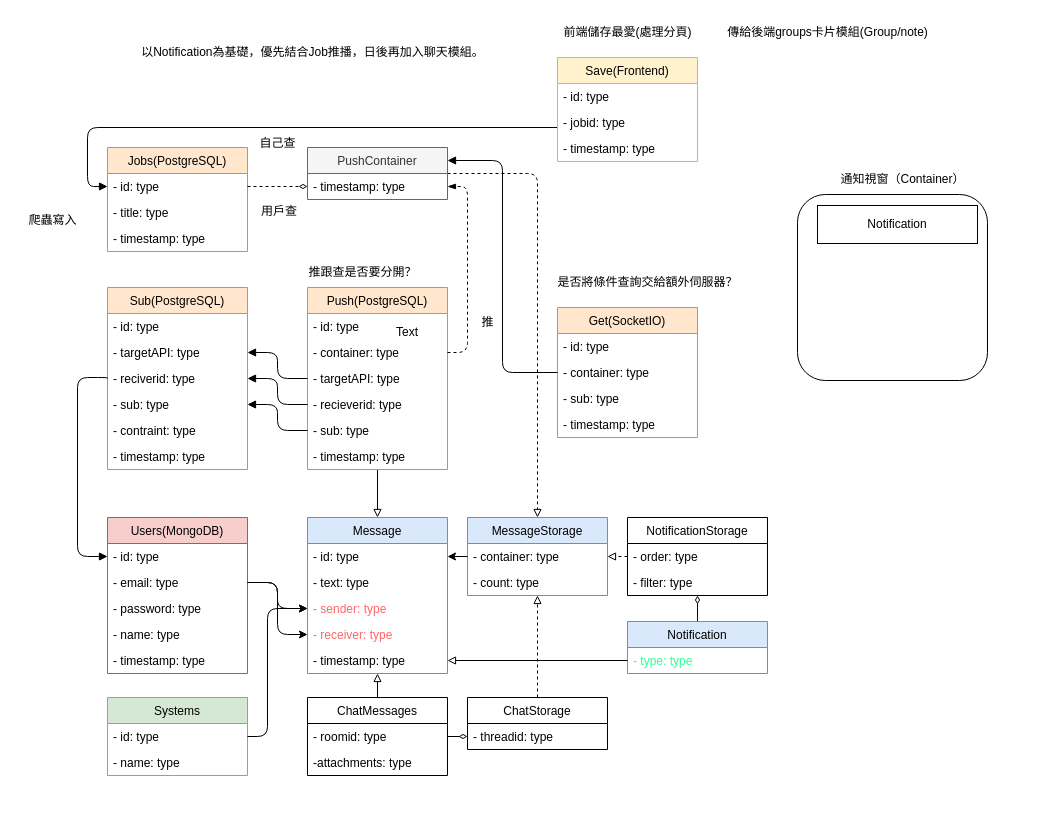
This is erd.drawio from YiHsinTseng/NotificationSystem, a draw.io file, before an edit. Source tidied: cells renumbered, new cells numbered last; positions are measured from the earlier drawing's top-left corner, leaving out a move shared by most shapes. Both pictures are drawn from the tidied source at 100%, with x=0, y=0 at pixel (17, 17).
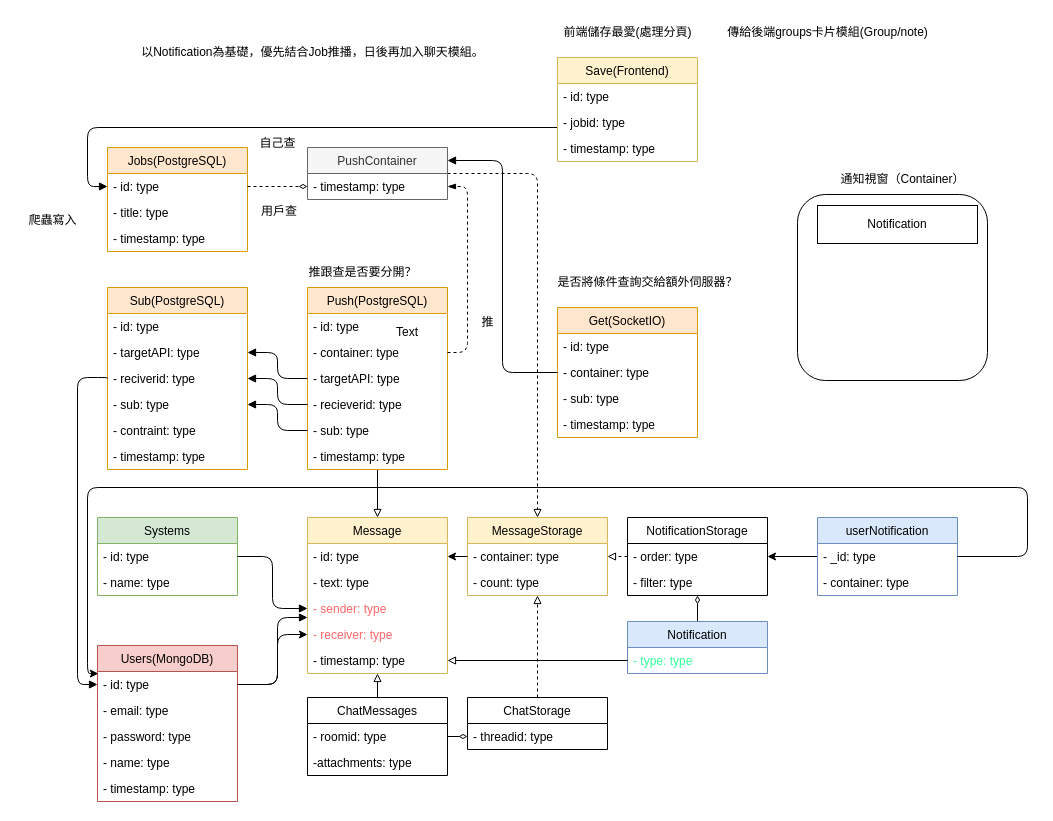
The same diagram, later.

The change refers to these unchanged cells:
```xml
<mxCell id="5" value="- sender: type" style="text;strokeColor=none;fillColor=none;align=left;verticalAlign=top;spacingLeft=4;spacingRight=4;overflow=hidden;points=[[0,0.5],[1,0.5]];portConstraint=eastwest;fontColor=#FF6666;" parent="2" vertex="1">
  <mxGeometry y="78" width="140" height="26" as="geometry" />
</mxCell>
<mxCell id="6" value="- receiver: type" style="text;strokeColor=none;fillColor=none;align=left;verticalAlign=top;spacingLeft=4;spacingRight=4;overflow=hidden;points=[[0,0.5],[1,0.5]];portConstraint=eastwest;fontColor=#FF6666;" parent="2" vertex="1">
  <mxGeometry y="104" width="140" height="26" as="geometry" />
</mxCell>
<mxCell id="9" value="- order: type" style="text;strokeColor=none;fillColor=none;align=left;verticalAlign=top;spacingLeft=4;spacingRight=4;overflow=hidden;points=[[0,0.5],[1,0.5]];portConstraint=eastwest;" parent="8" vertex="1">
  <mxGeometry y="26" width="140" height="26" as="geometry" />
</mxCell>
<mxCell id="12" value="- id: type" style="text;strokeColor=none;fillColor=none;align=left;verticalAlign=top;spacingLeft=4;spacingRight=4;overflow=hidden;points=[[0,0.5],[1,0.5]];portConstraint=eastwest;" parent="11" vertex="1">
  <mxGeometry y="26" width="140" height="26" as="geometry" />
</mxCell>
<mxCell id="13" value="- email: type" style="text;strokeColor=none;fillColor=none;align=left;verticalAlign=top;spacingLeft=4;spacingRight=4;overflow=hidden;points=[[0,0.5],[1,0.5]];portConstraint=eastwest;" parent="11" vertex="1">
  <mxGeometry y="52" width="140" height="26" as="geometry" />
</mxCell>
<mxCell id="20" value="- id: type" style="text;strokeColor=none;fillColor=none;align=left;verticalAlign=top;spacingLeft=4;spacingRight=4;overflow=hidden;points=[[0,0.5],[1,0.5]];portConstraint=eastwest;" parent="19" vertex="1">
  <mxGeometry y="26" width="140" height="26" as="geometry" />
</mxCell>
<mxCell id="43" value="- reciverid: type" style="text;strokeColor=none;fillColor=none;align=left;verticalAlign=top;spacingLeft=4;spacingRight=4;overflow=hidden;points=[[0,0.5],[1,0.5]];portConstraint=eastwest;" parent="40" vertex="1">
  <mxGeometry y="78" width="140" height="26" as="geometry" />
</mxCell>
```

The edit, as a diff of the source:
```diff
@@
-    <mxCell id="2" value="Message" style="swimlane;fontStyle=0;horizontal=1;startSize=26;fillColor=#dae8fc;strokeColor=#6c8ebf;" parent="1" vertex="1">
+    <mxCell id="2" value="Message" style="swimlane;fontStyle=0;horizontal=1;startSize=26;fillColor=#fff2cc;strokeColor=#d6b656;" parent="1" vertex="1">
       <mxGeometry x="290" y="500" width="140" height="156" as="geometry" />
     </mxCell>
@@
     <mxCell id="11" value="Users(MongoDB)" style="swimlane;fontStyle=0;horizontal=1;startSize=26;fillColor=#f8cecc;strokeColor=#b85450;" parent="1" vertex="1">
-      <mxGeometry x="90" y="500" width="140" height="156" as="geometry" />
+      <mxGeometry x="80" y="628" width="140" height="156" as="geometry" />
     </mxCell>
@@
-    <mxCell id="17" style="edgeStyle=orthogonalEdgeStyle;html=1;entryX=0;entryY=0.5;entryDx=0;entryDy=0;exitX=1;exitY=0.5;exitDx=0;exitDy=0;" parent="1" edge="1" source="13" target="5">
-      <mxGeometry relative="1" as="geometry" />
-    </mxCell>
-    <mxCell id="18" style="edgeStyle=orthogonalEdgeStyle;html=1;entryX=0;entryY=0.5;entryDx=0;entryDy=0;exitX=1;exitY=0.5;exitDx=0;exitDy=0;" parent="1" edge="1" source="13" target="6">
-      <mxGeometry relative="1" as="geometry" />
+    <mxCell id="18" style="edgeStyle=orthogonalEdgeStyle;html=1;entryX=0;entryY=0.5;entryDx=0;entryDy=0;exitX=1;exitY=0.5;exitDx=0;exitDy=0;" parent="1" edge="1" source="12" target="6">
+      <mxGeometry relative="1" as="geometry">
+        <Array as="points">
+          <mxPoint x="260" y="667" />
+          <mxPoint x="260" y="617" />
+        </Array>
+      </mxGeometry>
     </mxCell>
     <mxCell id="19" value="Systems" style="swimlane;fontStyle=0;horizontal=1;startSize=26;fillColor=#d5e8d4;strokeColor=#82b366;" parent="1" vertex="1">
-      <mxGeometry x="90" y="680" width="140" height="78" as="geometry" />
+      <mxGeometry x="80" y="500" width="140" height="78" as="geometry" />
     </mxCell>
@@
-    <mxCell id="22" style="edgeStyle=orthogonalEdgeStyle;html=1;entryX=0;entryY=0.5;entryDx=0;entryDy=0;" parent="1" edge="1" source="20" target="5">
-      <mxGeometry relative="1" as="geometry">
-        <Array as="points">
-          <mxPoint x="250" y="719" />
-          <mxPoint x="250" y="591" />
-        </Array>
-      </mxGeometry>
-    </mxCell>
@@
-    <mxCell id="32" value="MessageStorage" style="swimlane;fontStyle=0;horizontal=1;startSize=26;fillColor=#dae8fc;strokeColor=#6c8ebf;" parent="1" vertex="1">
+    <mxCell id="32" value="MessageStorage" style="swimlane;fontStyle=0;horizontal=1;startSize=26;fillColor=#fff2cc;strokeColor=#d6b656;" parent="1" vertex="1">
       <mxGeometry x="450" y="500" width="140" height="78" as="geometry" />
     </mxCell>
@@
     <mxCell id="47" style="edgeStyle=orthogonalEdgeStyle;html=1;entryX=0;entryY=0.5;entryDx=0;entryDy=0;fontColor=#33FF99;endArrow=block;endFill=1;exitX=0;exitY=0.5;exitDx=0;exitDy=0;" parent="1" edge="1" source="43" target="12">
       <mxGeometry relative="1" as="geometry">
         <Array as="points">
-          <mxPoint x="90" y="360" />
           <mxPoint x="60" y="360" />
-          <mxPoint x="60" y="539" />
+          <mxPoint x="60" y="667" />
         </Array>
       </mxGeometry>
     </mxCell>
@@
+    <mxCell id="92" style="edgeStyle=none;html=1;entryX=1;entryY=0.5;entryDx=0;entryDy=0;fontColor=#000000;" parent="1" edge="1" source="93" target="9">
+      <mxGeometry relative="1" as="geometry" />
+    </mxCell>
+    <mxCell id="93" value="userNotification" style="swimlane;fontStyle=0;horizontal=1;startSize=26;fillColor=#dae8fc;strokeColor=#6c8ebf;" parent="1" vertex="1">
+      <mxGeometry x="800" y="500" width="140" height="78" as="geometry" />
+    </mxCell>
+    <mxCell id="94" value="- _id: type" style="text;strokeColor=none;fillColor=none;align=left;verticalAlign=top;spacingLeft=4;spacingRight=4;overflow=hidden;points=[[0,0.5],[1,0.5]];portConstraint=eastwest;fontColor=#000000;" parent="93" vertex="1">
+      <mxGeometry y="26" width="140" height="26" as="geometry" />
+    </mxCell>
+    <mxCell id="95" value="- container: type" style="text;strokeColor=none;fillColor=none;align=left;verticalAlign=top;spacingLeft=4;spacingRight=4;overflow=hidden;fontColor=#000000;" parent="93" vertex="1">
+      <mxGeometry y="52" width="140" height="26" as="geometry" />
+    </mxCell>
+    <mxCell id="96" style="edgeStyle=orthogonalEdgeStyle;html=1;fontColor=#000000;entryX=0.006;entryY=0.081;entryDx=0;entryDy=0;entryPerimeter=0;" parent="1" edge="1" source="94" target="12">
+      <mxGeometry relative="1" as="geometry">
+        <Array as="points">
+          <mxPoint x="1010" y="539" />
+          <mxPoint x="1010" y="470" />
+          <mxPoint x="70" y="470" />
+          <mxPoint x="70" y="656" />
+        </Array>
+      </mxGeometry>
+    </mxCell>
+    <mxCell id="22" style="edgeStyle=orthogonalEdgeStyle;html=1;entryX=0;entryY=0.5;entryDx=0;entryDy=0;fontColor=#000000;endArrow=block;endFill=1;" parent="1" edge="1" source="20" target="5">
+      <mxGeometry relative="1" as="geometry" />
+    </mxCell>
+    <mxCell id="97" style="edgeStyle=orthogonalEdgeStyle;html=1;fontColor=#000000;endArrow=block;endFill=1;" parent="1" edge="1" source="12" target="5">
+      <mxGeometry relative="1" as="geometry">
+        <Array as="points">
+          <mxPoint x="260" y="667" />
+          <mxPoint x="260" y="600" />
+        </Array>
+      </mxGeometry>
+    </mxCell>
```
